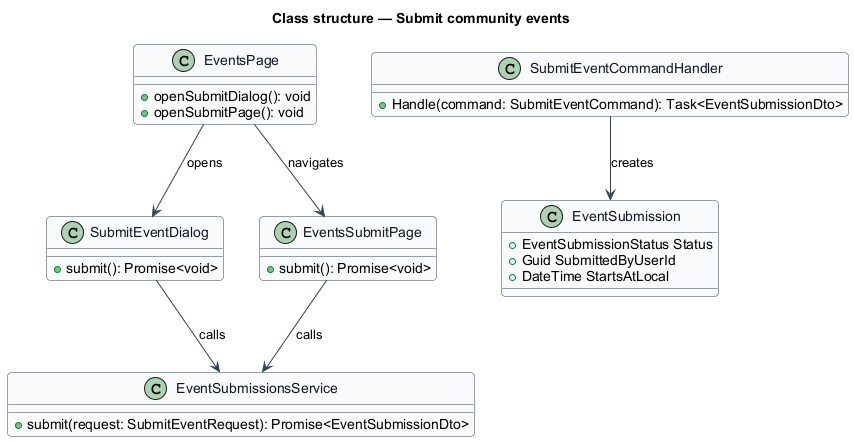
This is docs/detailed-designs/discovery/submit-community-events/diagrams/class-structure.png from QuinntyneBrown/saturdaze, a PlantUML export, as it was before one commit. The source it was exported from:
```plantuml
@startuml
skinparam backgroundColor #FFFFFF
skinparam shadowing false
skinparam roundcorner 8
skinparam defaultFontName Arial
skinparam ArrowColor #344054
skinparam class {
  BorderColor #344054
  FontColor #101828
  BackgroundColor #F9FAFB
}
title Class structure — Submit community events

class EventsPage {
  +openSubmitDialog(): void
  +openSubmitPage(): void
}
class SubmitEventDialog {
  +submit(): Promise<void>
}
class EventsSubmitPage {
  +submit(): Promise<void>
}
class EventSubmissionsService {
  +submit(request: SubmitEventRequest): Promise<EventSubmissionDto>
}
class SubmitEventCommandHandler {
  +Handle(command: SubmitEventCommand): Task<EventSubmissionDto>
}
class EventSubmission {
  +EventSubmissionStatus Status
  +Guid SubmittedByUserId
  +DateTime StartsAtLocal
}
EventsPage --> SubmitEventDialog : opens
EventsPage --> EventsSubmitPage : navigates
SubmitEventDialog --> EventSubmissionsService : calls
EventsSubmitPage --> EventSubmissionsService : calls
SubmitEventCommandHandler --> EventSubmission : creates
@enduml
```
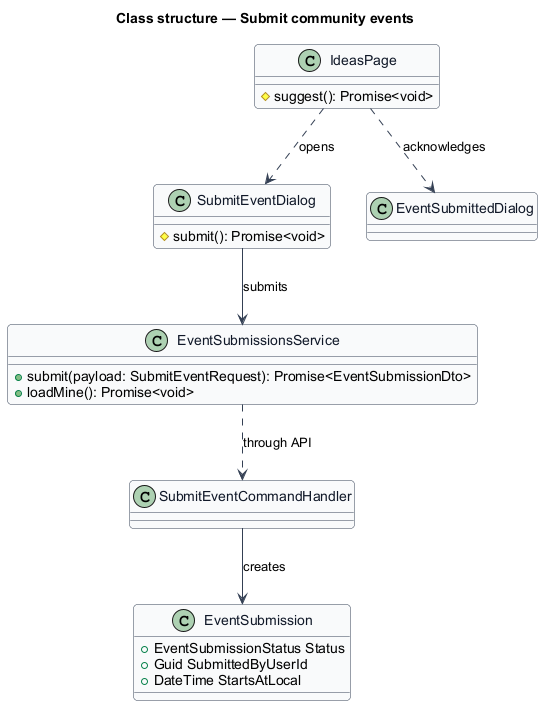
Later version of the same file.

The edit, as a diff of the source:
```diff
@@ -11,30 +11,26 @@
 }
 title Class structure — Submit community events
 
-class EventsPage {
-  +openSubmitDialog(): void
-  +openSubmitPage(): void
+class IdeasPage {
+  #suggest(): Promise<void>
 }
 class SubmitEventDialog {
-  +submit(): Promise<void>
+  #submit(): Promise<void>
 }
-class EventsSubmitPage {
-  +submit(): Promise<void>
+class EventSubmittedDialog
+class EventSubmissionsService {
+  +submit(payload: SubmitEventRequest): Promise<EventSubmissionDto>
+  +loadMine(): Promise<void>
 }
-class EventSubmissionsService {
-  +submit(request: SubmitEventRequest): Promise<EventSubmissionDto>
-}
-class SubmitEventCommandHandler {
-  +Handle(command: SubmitEventCommand): Task<EventSubmissionDto>
-}
+class SubmitEventCommandHandler
 class EventSubmission {
   +EventSubmissionStatus Status
   +Guid SubmittedByUserId
   +DateTime StartsAtLocal
 }
-EventsPage --> SubmitEventDialog : opens
-EventsPage --> EventsSubmitPage : navigates
-SubmitEventDialog --> EventSubmissionsService : calls
-EventsSubmitPage --> EventSubmissionsService : calls
+IdeasPage ..> SubmitEventDialog : opens
+IdeasPage ..> EventSubmittedDialog : acknowledges
+SubmitEventDialog --> EventSubmissionsService : submits
 SubmitEventCommandHandler --> EventSubmission : creates
+EventSubmissionsService ..> SubmitEventCommandHandler : through API
 @enduml
```
